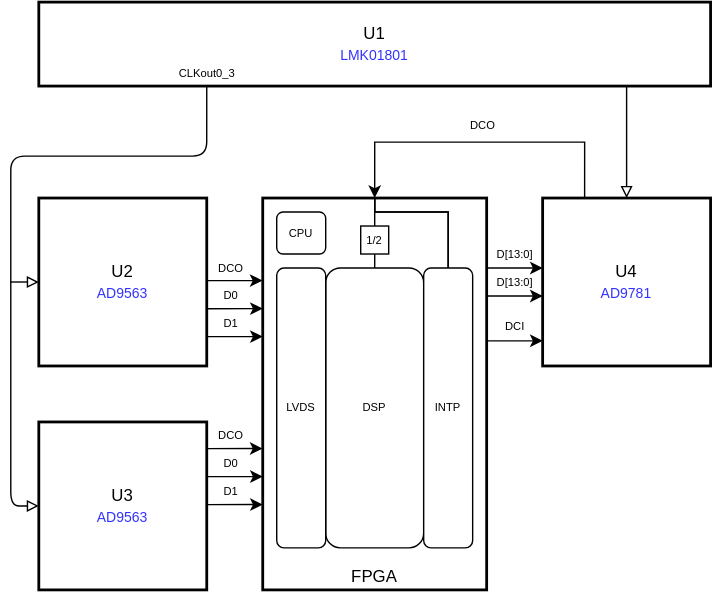
The draw.io diagram doc/fig/zest_clk.drawio.svg in BerkeleyLab/uspas_llrf, before a commit. Source tidied: cells renumbered, new cells last; positions are measured from the earlier drawing's top-left corner, leaving out a move shared by most shapes.
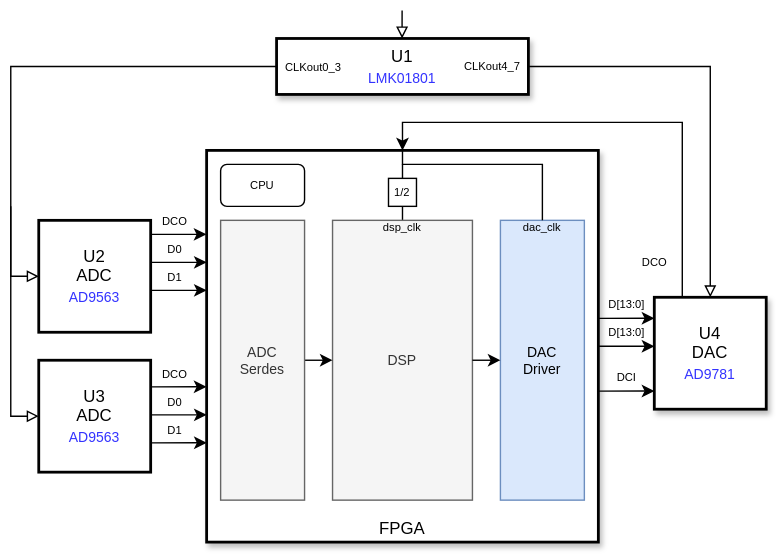
Above is the later version.

What changed in the source:
```diff
@@ -1,81 +1,107 @@
-<mxGraphModel>
+<mxGraphModel background="#FFFFFF">
   <root>
     <mxCell id="0" />
     <mxCell id="1" parent="0" />
-    <mxCell id="2" value="U2&lt;br&gt;&lt;font style=&quot;font-size: 10px;&quot; color=&quot;#3333ff&quot;&gt;AD9563&lt;/font&gt;" style="whiteSpace=wrap;html=1;strokeWidth=2;" parent="1" vertex="1">
-      <mxGeometry x="20" y="140" width="120" height="120" as="geometry" />
+    <mxCell id="2" value="U2&lt;br&gt;ADC&lt;br&gt;&lt;font style=&quot;font-size: 10px;&quot; color=&quot;#3333ff&quot;&gt;AD9563&lt;/font&gt;" style="whiteSpace=wrap;html=1;strokeWidth=2;" parent="1" vertex="1">
+      <mxGeometry x="20" y="190" width="80" height="80" as="geometry" />
     </mxCell>
-    <mxCell id="3" value="U3&lt;br&gt;&lt;font color=&quot;#3333ff&quot; style=&quot;font-size: 10px;&quot;&gt;AD9563&lt;/font&gt;" style="whiteSpace=wrap;html=1;strokeWidth=2;" parent="1" vertex="1">
-      <mxGeometry x="20" y="300" width="120" height="120" as="geometry" />
+    <mxCell id="3" value="U3&lt;br&gt;ADC&lt;br&gt;&lt;font color=&quot;#3333ff&quot; style=&quot;font-size: 10px;&quot;&gt;AD9563&lt;/font&gt;" style="whiteSpace=wrap;html=1;strokeWidth=2;" parent="1" vertex="1">
+      <mxGeometry x="20" y="290" width="80" height="80" as="geometry" />
     </mxCell>
-    <mxCell id="4" value="U4&lt;br&gt;&lt;font color=&quot;#3333ff&quot; style=&quot;font-size: 10px;&quot;&gt;AD9781&lt;/font&gt;" style="whiteSpace=wrap;html=1;strokeWidth=2;" parent="1" vertex="1">
-      <mxGeometry x="380" y="140" width="120" height="120" as="geometry" />
+    <mxCell id="4" value="U4&lt;br&gt;DAC&lt;br&gt;&lt;font color=&quot;#3333ff&quot; style=&quot;font-size: 10px;&quot;&gt;AD9781&lt;/font&gt;" style="whiteSpace=wrap;html=1;strokeWidth=2;shadow=1;" parent="1" vertex="1">
+      <mxGeometry x="460" y="245" width="80" height="80" as="geometry" />
     </mxCell>
-    <mxCell id="5" value="FPGA" style="rounded=0;whiteSpace=wrap;html=1;verticalAlign=bottom;strokeWidth=2;" parent="1" vertex="1">
-      <mxGeometry x="180" y="140" width="160" height="280" as="geometry" />
+    <mxCell id="5" value="FPGA" style="rounded=0;whiteSpace=wrap;html=1;verticalAlign=bottom;strokeWidth=2;shadow=1;" parent="1" vertex="1">
+      <mxGeometry x="140" y="140" width="280" height="280" as="geometry" />
     </mxCell>
-    <mxCell id="6" value="U1&lt;br&gt;&lt;font style=&quot;font-size: 10px;&quot; color=&quot;#3333ff&quot;&gt;LMK01801&lt;/font&gt;" style="rounded=0;whiteSpace=wrap;html=1;strokeWidth=2;" parent="1" vertex="1">
-      <mxGeometry x="20" width="480" height="60" as="geometry" />
+    <mxCell id="6" value="U1&lt;br&gt;&lt;font style=&quot;font-size: 10px;&quot; color=&quot;#3333ff&quot;&gt;LMK01801&lt;/font&gt;" style="rounded=0;whiteSpace=wrap;html=1;strokeWidth=2;shadow=1;" parent="1" vertex="1">
+      <mxGeometry x="190" y="60" width="180" height="40" as="geometry" />
     </mxCell>
-    <mxCell id="7" style="endArrow=block;html=1;entryX=0;entryY=0.5;entryDx=0;entryDy=0;edgeStyle=orthogonalEdgeStyle;endFill=0;" parent="1" edge="1" target="2">
+    <mxCell id="7" style="endArrow=block;html=1;entryX=0;entryY=0.5;entryDx=0;entryDy=0;edgeStyle=orthogonalEdgeStyle;endFill=0;rounded=0;curved=0;" parent="1" edge="1" target="2">
       <mxGeometry relative="1" as="geometry">
-        <mxPoint y="200" as="sourcePoint" />
+        <mxPoint y="180" as="sourcePoint" />
         <Array as="points">
-          <mxPoint y="200" />
-          <mxPoint y="200" />
+          <mxPoint y="230" />
         </Array>
       </mxGeometry>
     </mxCell>
-    <mxCell id="8" style="endArrow=block;html=1;exitX=0.25;exitY=1;exitDx=0;exitDy=0;entryX=0;entryY=0.5;entryDx=0;entryDy=0;edgeStyle=orthogonalEdgeStyle;endFill=0;" parent="1" edge="1" source="6" target="3">
+    <mxCell id="8" style="endArrow=block;html=1;exitX=0;exitY=0.5;exitDx=0;exitDy=0;entryX=0;entryY=0.5;entryDx=0;entryDy=0;edgeStyle=orthogonalEdgeStyle;endFill=0;rounded=0;curved=0;" parent="1" edge="1" source="6" target="3">
       <mxGeometry relative="1" as="geometry">
         <Array as="points">
-          <mxPoint x="140" y="110" />
-          <mxPoint y="110" />
-          <mxPoint y="360" />
+          <mxPoint y="80" />
+          <mxPoint y="330" />
         </Array>
       </mxGeometry>
     </mxCell>
     <mxCell id="9" value="&lt;font style=&quot;font-size: 8px;&quot;&gt;CLKout0_3&lt;/font&gt;" style="edgeLabel;html=1;align=center;verticalAlign=middle;" parent="8" vertex="1">
       <mxGeometry x="-0.93" relative="1" as="geometry">
-        <mxPoint y="-25" as="offset" />
+        <mxPoint x="41" as="offset" />
       </mxGeometry>
     </mxCell>
-    <mxCell id="10" style="endArrow=block;html=1;edgeStyle=orthogonalEdgeStyle;endFill=0;exitX=0.875;exitY=0.989;exitDx=0;exitDy=0;exitPerimeter=0;" parent="1" edge="1" source="6" target="4">
+    <mxCell id="10" style="endArrow=block;html=1;edgeStyle=orthogonalEdgeStyle;endFill=0;rounded=0;curved=0;" parent="1" edge="1" source="6" target="4">
       <mxGeometry x="-1" y="22" relative="1" as="geometry">
         <mxPoint x="-2" y="-10" as="offset" />
       </mxGeometry>
     </mxCell>
-    <mxCell id="11" style="edgeStyle=orthogonalEdgeStyle;html=1;fontSize=8;endArrow=none;endFill=0;entryX=0.5;entryY=0;entryDx=0;entryDy=0;exitX=0.5;exitY=0;exitDx=0;exitDy=0;" parent="1" edge="1" source="5" target="14">
-      <mxGeometry relative="1" as="geometry" />
-    </mxCell>
+    <mxCell id="40" value="CLKout4_7" style="edgeLabel;html=1;align=center;verticalAlign=middle;fontSize=8;" parent="10" vertex="1">
+      <mxGeometry x="-0.7" relative="1" as="geometry">
+        <mxPoint x="-70" as="offset" />
+      </mxGeometry>
+    </mxCell>
-    <mxCell id="12" style="edgeStyle=orthogonalEdgeStyle;html=1;fontSize=8;endArrow=none;endFill=0;entryX=0.5;entryY=0;entryDx=0;entryDy=0;" parent="1" edge="1" source="14" target="15">
+    <mxCell id="12" style="edgeStyle=orthogonalEdgeStyle;html=1;fontSize=8;endArrow=none;endFill=0;entryX=0.5;entryY=0;entryDx=0;entryDy=0;rounded=0;curved=0;" parent="1" edge="1" source="14" target="15">
       <mxGeometry relative="1" as="geometry" />
     </mxCell>
-    <mxCell id="13" style="edgeStyle=orthogonalEdgeStyle;rounded=0;html=1;fontSize=10;fontColor=#3333FF;endArrow=none;endFill=0;entryX=0.5;entryY=0;entryDx=0;entryDy=0;" parent="1" edge="1" target="17">
-      <mxGeometry relative="1" as="geometry">
-        <mxPoint x="260" y="140" as="sourcePoint" />
-        <Array as="points">
-          <mxPoint x="260" y="150" />
-          <mxPoint x="312" y="150" />
-        </Array>
-      </mxGeometry>
-    </mxCell>
+    <mxCell id="41" style="edgeStyle=none;html=1;exitX=0.5;exitY=0;exitDx=0;exitDy=0;endArrow=none;endFill=0;" parent="1" edge="1" source="14">
+      <mxGeometry relative="1" as="geometry">
+        <mxPoint x="280" y="150" as="targetPoint" />
+      </mxGeometry>
+    </mxCell>
     <mxCell id="14" value="1/2" style="whiteSpace=wrap;html=1;fontSize=8;" parent="1" vertex="1">
-      <mxGeometry x="250" y="160" width="20" height="20" as="geometry" />
+      <mxGeometry x="270" y="160" width="20" height="20" as="geometry" />
     </mxCell>
-    <mxCell id="15" value="DSP" style="rounded=1;whiteSpace=wrap;html=1;fontSize=8;" parent="1" vertex="1">
-      <mxGeometry x="225" y="190" width="70" height="200" as="geometry" />
+    <mxCell id="15" value="DSP" style="rounded=0;whiteSpace=wrap;html=1;fontSize=10;arcSize=6;fillColor=#f5f5f5;fontColor=#333333;strokeColor=#666666;" parent="1" vertex="1">
+      <mxGeometry x="230" y="190" width="100" height="200" as="geometry" />
     </mxCell>
+    <mxCell id="42" style="edgeStyle=none;html=1;" parent="1" edge="1" source="16" target="15">
+      <mxGeometry relative="1" as="geometry" />
+    </mxCell>
-    <mxCell id="16" value="LVDS" style="rounded=1;whiteSpace=wrap;html=1;fontSize=8;" parent="1" vertex="1">
-      <mxGeometry x="190" y="190" width="35" height="200" as="geometry" />
+    <mxCell id="16" value="ADC&lt;br&gt;Serdes" style="rounded=0;whiteSpace=wrap;html=1;fontSize=10;fillColor=#f5f5f5;fontColor=#333333;strokeColor=#666666;" parent="1" vertex="1">
+      <mxGeometry x="150" y="190" width="60" height="200" as="geometry" />
     </mxCell>
-    <mxCell id="17" value="INTP" style="rounded=1;whiteSpace=wrap;html=1;fontSize=8;" parent="1" vertex="1">
-      <mxGeometry x="295" y="190" width="35" height="200" as="geometry" />
+    <mxCell id="17" value="DAC&lt;div&gt;Driver&lt;/div&gt;" style="rounded=0;whiteSpace=wrap;html=1;fontSize=10;arcSize=11;fillColor=#dae8fc;strokeColor=#6c8ebf;shadow=0;" parent="1" vertex="1">
+      <mxGeometry x="350" y="190" width="60" height="200" as="geometry" />
     </mxCell>
+    <mxCell id="30" style="endArrow=classic;html=1;rounded=0;fontSize=8;exitX=0.25;exitY=0;exitDx=0;exitDy=0;entryX=0.5;entryY=0;entryDx=0;entryDy=0;edgeStyle=orthogonalEdgeStyle;" parent="1" edge="1" source="4" target="5">
+      <mxGeometry relative="1" as="geometry">
+        <Array as="points">
+          <mxPoint x="480" y="120" />
+          <mxPoint x="280" y="120" />
+        </Array>
+      </mxGeometry>
+    </mxCell>
+    <mxCell id="31" value="DCO" style="edgeLabel;html=1;align=center;verticalAlign=middle;fontSize=8;" parent="30" vertex="1">
+      <mxGeometry x="-0.01" y="-1" relative="1" as="geometry">
+        <mxPoint x="25" y="101" as="offset" />
+      </mxGeometry>
+    </mxCell>
+    <mxCell id="36" style="edgeStyle=orthogonalEdgeStyle;rounded=0;html=1;fontSize=10;fontColor=#3333FF;endArrow=none;endFill=0;entryX=0.5;entryY=0;entryDx=0;entryDy=0;exitX=0.5;exitY=0;exitDx=0;exitDy=0;" parent="1" edge="1" source="5" target="17">
+      <mxGeometry relative="1" as="geometry">
+        <Array as="points">
+          <mxPoint x="280" y="150" />
+          <mxPoint x="380" y="150" />
+        </Array>
+      </mxGeometry>
+    </mxCell>
+    <mxCell id="37" value="CPU" style="rounded=1;whiteSpace=wrap;html=1;fontSize=8;" parent="1" vertex="1">
+      <mxGeometry x="150" y="150" width="60" height="30" as="geometry" />
+    </mxCell>
+    <mxCell id="43" style="group;" parent="1" vertex="1">
+      <mxGeometry x="100" y="200" width="40" height="40.1" as="geometry" />
+    </mxCell>
-    <mxCell id="18" style="endArrow=classic;html=1;rounded=0;fontSize=8;exitX=1;exitY=0.25;exitDx=0;exitDy=0;entryX=-0.001;entryY=0.107;entryDx=0;entryDy=0;entryPerimeter=0;" parent="1" edge="1">
+    <mxCell id="18" style="endArrow=classic;html=1;rounded=0;fontSize=8;exitX=1;exitY=0.25;exitDx=0;exitDy=0;entryX=-0.001;entryY=0.107;entryDx=0;entryDy=0;entryPerimeter=0;" parent="43" edge="1">
       <mxGeometry relative="1" as="geometry">
-        <mxPoint x="140" y="199" as="sourcePoint" />
-        <mxPoint x="179.8" y="199" as="targetPoint" />
+        <mxPoint as="sourcePoint" />
+        <mxPoint x="39.8" as="targetPoint" />
       </mxGeometry>
     </mxCell>
     <mxCell id="19" value="DCO" style="edgeLabel;html=1;align=center;verticalAlign=middle;fontSize=8;" parent="18" vertex="1">
@@ -83,10 +109,10 @@
         <mxPoint x="-3" y="-10" as="offset" />
       </mxGeometry>
     </mxCell>
-    <mxCell id="20" style="endArrow=classic;html=1;rounded=0;fontSize=8;exitX=1;exitY=0.25;exitDx=0;exitDy=0;entryX=-0.001;entryY=0.107;entryDx=0;entryDy=0;entryPerimeter=0;" parent="1" edge="1">
+    <mxCell id="20" style="endArrow=classic;html=1;rounded=0;fontSize=8;exitX=1;exitY=0.25;exitDx=0;exitDy=0;entryX=-0.001;entryY=0.107;entryDx=0;entryDy=0;entryPerimeter=0;" parent="43" edge="1">
       <mxGeometry relative="1" as="geometry">
-        <mxPoint x="140.2" y="219.1" as="sourcePoint" />
-        <mxPoint x="180" y="219" as="targetPoint" />
+        <mxPoint x="0.2" y="20.1" as="sourcePoint" />
+        <mxPoint x="40" y="20" as="targetPoint" />
       </mxGeometry>
     </mxCell>
     <mxCell id="21" value="D0" style="edgeLabel;html=1;align=center;verticalAlign=middle;fontSize=8;" parent="20" vertex="1">
@@ -94,10 +120,10 @@
         <mxPoint x="-3" y="-10" as="offset" />
       </mxGeometry>
     </mxCell>
-    <mxCell id="22" style="endArrow=classic;html=1;rounded=0;fontSize=8;exitX=1;exitY=0.25;exitDx=0;exitDy=0;entryX=-0.001;entryY=0.107;entryDx=0;entryDy=0;entryPerimeter=0;" parent="1" edge="1">
+    <mxCell id="22" style="endArrow=classic;html=1;rounded=0;fontSize=8;exitX=1;exitY=0.25;exitDx=0;exitDy=0;entryX=-0.001;entryY=0.107;entryDx=0;entryDy=0;entryPerimeter=0;" parent="43" edge="1">
       <mxGeometry relative="1" as="geometry">
-        <mxPoint x="140.2" y="239.1" as="sourcePoint" />
-        <mxPoint x="180" y="239" as="targetPoint" />
+        <mxPoint x="0.2" y="40.1" as="sourcePoint" />
+        <mxPoint x="40" y="40" as="targetPoint" />
       </mxGeometry>
     </mxCell>
     <mxCell id="23" value="D1" style="edgeLabel;html=1;align=center;verticalAlign=middle;fontSize=8;" parent="22" vertex="1">
@@ -105,10 +131,13 @@
         <mxPoint x="-3" y="-10" as="offset" />
       </mxGeometry>
     </mxCell>
+    <mxCell id="44" style="group;" parent="1" vertex="1">
+      <mxGeometry x="100" y="309" width="40" height="40.1" as="geometry" />
+    </mxCell>
-    <mxCell id="24" style="endArrow=classic;html=1;rounded=0;fontSize=8;exitX=1;exitY=0.25;exitDx=0;exitDy=0;entryX=-0.001;entryY=0.107;entryDx=0;entryDy=0;entryPerimeter=0;" parent="1" edge="1">
+    <mxCell id="24" style="endArrow=classic;html=1;rounded=0;fontSize=8;exitX=1;exitY=0.25;exitDx=0;exitDy=0;entryX=-0.001;entryY=0.107;entryDx=0;entryDy=0;entryPerimeter=0;" parent="44" edge="1">
       <mxGeometry relative="1" as="geometry">
-        <mxPoint x="140" y="319" as="sourcePoint" />
-        <mxPoint x="179.8" y="319" as="targetPoint" />
+        <mxPoint as="sourcePoint" />
+        <mxPoint x="39.8" as="targetPoint" />
       </mxGeometry>
     </mxCell>
     <mxCell id="25" value="DCO" style="edgeLabel;html=1;align=center;verticalAlign=middle;fontSize=8;" parent="24" vertex="1">
@@ -116,10 +145,10 @@
         <mxPoint x="-3" y="-10" as="offset" />
       </mxGeometry>
     </mxCell>
-    <mxCell id="26" style="endArrow=classic;html=1;rounded=0;fontSize=8;exitX=1;exitY=0.25;exitDx=0;exitDy=0;entryX=-0.001;entryY=0.107;entryDx=0;entryDy=0;entryPerimeter=0;" parent="1" edge="1">
+    <mxCell id="26" style="endArrow=classic;html=1;rounded=0;fontSize=8;exitX=1;exitY=0.25;exitDx=0;exitDy=0;entryX=-0.001;entryY=0.107;entryDx=0;entryDy=0;entryPerimeter=0;" parent="44" edge="1">
       <mxGeometry relative="1" as="geometry">
-        <mxPoint x="140.2" y="339.1" as="sourcePoint" />
-        <mxPoint x="180" y="339" as="targetPoint" />
+        <mxPoint x="0.2" y="20.1" as="sourcePoint" />
+        <mxPoint x="40" y="20" as="targetPoint" />
       </mxGeometry>
     </mxCell>
     <mxCell id="27" value="D0" style="edgeLabel;html=1;align=center;verticalAlign=middle;fontSize=8;" parent="26" vertex="1">
@@ -127,10 +156,10 @@
         <mxPoint x="-3" y="-10" as="offset" />
       </mxGeometry>
     </mxCell>
-    <mxCell id="28" style="endArrow=classic;html=1;rounded=0;fontSize=8;exitX=1;exitY=0.25;exitDx=0;exitDy=0;entryX=-0.001;entryY=0.107;entryDx=0;entryDy=0;entryPerimeter=0;" parent="1" edge="1">
+    <mxCell id="28" style="endArrow=classic;html=1;rounded=0;fontSize=8;exitX=1;exitY=0.25;exitDx=0;exitDy=0;entryX=-0.001;entryY=0.107;entryDx=0;entryDy=0;entryPerimeter=0;" parent="44" edge="1">
       <mxGeometry relative="1" as="geometry">
-        <mxPoint x="140.2" y="359.1" as="sourcePoint" />
-        <mxPoint x="180" y="359" as="targetPoint" />
+        <mxPoint x="0.2" y="40.1" as="sourcePoint" />
+        <mxPoint x="40" y="40" as="targetPoint" />
       </mxGeometry>
     </mxCell>
     <mxCell id="29" value="D1" style="edgeLabel;html=1;align=center;verticalAlign=middle;fontSize=8;" parent="28" vertex="1">
@@ -138,23 +167,13 @@
         <mxPoint x="-3" y="-10" as="offset" />
       </mxGeometry>
     </mxCell>
-    <mxCell id="30" style="endArrow=classic;html=1;rounded=0;fontSize=8;exitX=0.25;exitY=0;exitDx=0;exitDy=0;entryX=0.5;entryY=0;entryDx=0;entryDy=0;edgeStyle=orthogonalEdgeStyle;" parent="1" edge="1" source="4" target="5">
-      <mxGeometry relative="1" as="geometry">
-        <Array as="points">
-          <mxPoint x="410" y="100" />
-          <mxPoint x="260" y="100" />
-        </Array>
-      </mxGeometry>
-    </mxCell>
-    <mxCell id="31" value="DCO" style="edgeLabel;html=1;align=center;verticalAlign=middle;fontSize=8;" parent="30" vertex="1">
-      <mxGeometry x="-0.01" y="-1" relative="1" as="geometry">
-        <mxPoint y="-11" as="offset" />
-      </mxGeometry>
-    </mxCell>
+    <mxCell id="45" style="group;" parent="1" vertex="1">
+      <mxGeometry x="420.2" y="260" width="39.8" height="52.1" as="geometry" />
+    </mxCell>
-    <mxCell id="32" style="endArrow=classic;html=1;rounded=0;fontSize=8;exitX=1;exitY=0.25;exitDx=0;exitDy=0;entryX=-0.001;entryY=0.107;entryDx=0;entryDy=0;entryPerimeter=0;" parent="1" edge="1">
+    <mxCell id="32" style="endArrow=classic;html=1;rounded=0;fontSize=8;exitX=1;exitY=0.25;exitDx=0;exitDy=0;entryX=-0.001;entryY=0.107;entryDx=0;entryDy=0;entryPerimeter=0;" parent="45" edge="1">
       <mxGeometry relative="1" as="geometry">
-        <mxPoint x="340.2" y="210" as="sourcePoint" />
-        <mxPoint x="380" y="210" as="targetPoint" />
+        <mxPoint y="20" as="sourcePoint" />
+        <mxPoint x="39.8" y="20" as="targetPoint" />
       </mxGeometry>
     </mxCell>
     <mxCell id="33" value="D[13:0]" style="edgeLabel;html=1;align=center;verticalAlign=middle;fontSize=8;" parent="32" vertex="1">
@@ -162,10 +181,10 @@
         <mxPoint y="-11" as="offset" />
       </mxGeometry>
     </mxCell>
-    <mxCell id="34" style="endArrow=classic;html=1;rounded=0;fontSize=8;exitX=1;exitY=0.25;exitDx=0;exitDy=0;entryX=-0.001;entryY=0.107;entryDx=0;entryDy=0;entryPerimeter=0;" parent="1" edge="1">
+    <mxCell id="34" style="endArrow=classic;html=1;rounded=0;fontSize=8;exitX=1;exitY=0.25;exitDx=0;exitDy=0;entryX=-0.001;entryY=0.107;entryDx=0;entryDy=0;entryPerimeter=0;" parent="45" edge="1">
       <mxGeometry relative="1" as="geometry">
-        <mxPoint x="340.2" y="242.1" as="sourcePoint" />
-        <mxPoint x="380" y="242" as="targetPoint" />
+        <mxPoint y="52.1" as="sourcePoint" />
+        <mxPoint x="39.8" y="52" as="targetPoint" />
       </mxGeometry>
     </mxCell>
     <mxCell id="35" value="DCI" style="edgeLabel;html=1;align=center;verticalAlign=middle;fontSize=8;" parent="34" vertex="1">
@@ -173,22 +192,10 @@
         <mxPoint y="-11" as="offset" />
       </mxGeometry>
     </mxCell>
-    <mxCell id="36" style="edgeStyle=orthogonalEdgeStyle;rounded=0;html=1;fontSize=10;fontColor=#3333FF;endArrow=none;endFill=0;entryX=0.5;entryY=0;entryDx=0;entryDy=0;" parent="1" edge="1" target="17">
-      <mxGeometry relative="1" as="geometry">
-        <mxPoint x="260" y="140" as="sourcePoint" />
-        <Array as="points">
-          <mxPoint x="260" y="150" />
-          <mxPoint x="312" y="150" />
-        </Array>
-      </mxGeometry>
-    </mxCell>
-    <mxCell id="37" value="CPU" style="rounded=1;whiteSpace=wrap;html=1;fontSize=8;" parent="1" vertex="1">
-      <mxGeometry x="190" y="150" width="35" height="30" as="geometry" />
-    </mxCell>
-    <mxCell id="38" style="endArrow=classic;html=1;rounded=0;fontSize=8;exitX=1;exitY=0.25;exitDx=0;exitDy=0;entryX=-0.001;entryY=0.107;entryDx=0;entryDy=0;entryPerimeter=0;" parent="1" edge="1">
+    <mxCell id="38" style="endArrow=classic;html=1;rounded=0;fontSize=8;exitX=1;exitY=0.25;exitDx=0;exitDy=0;entryX=-0.001;entryY=0.107;entryDx=0;entryDy=0;entryPerimeter=0;" parent="45" edge="1">
       <mxGeometry relative="1" as="geometry">
-        <mxPoint x="340.2" y="190" as="sourcePoint" />
-        <mxPoint x="380" y="190" as="targetPoint" />
+        <mxPoint as="sourcePoint" />
+        <mxPoint x="39.8" as="targetPoint" />
       </mxGeometry>
     </mxCell>
     <mxCell id="39" value="D[13:0]" style="edgeLabel;html=1;align=center;verticalAlign=middle;fontSize=8;" parent="38" vertex="1">
@@ -196,5 +203,24 @@
         <mxPoint y="-11" as="offset" />
       </mxGeometry>
     </mxCell>
+    <mxCell id="46" style="edgeStyle=none;html=1;entryX=0;entryY=0.5;entryDx=0;entryDy=0;exitX=1;exitY=0.5;exitDx=0;exitDy=0;" parent="1" edge="1" source="15" target="17">
+      <mxGeometry relative="1" as="geometry" />
+    </mxCell>
+    <mxCell id="47" style="endArrow=block;html=1;entryX=0.5;entryY=0;entryDx=0;entryDy=0;edgeStyle=orthogonalEdgeStyle;endFill=0;rounded=0;curved=0;" parent="1" edge="1">
+      <mxGeometry relative="1" as="geometry">
+        <mxPoint x="279.7" y="40" as="sourcePoint" />
+        <mxPoint x="279.7" y="60" as="targetPoint" />
+        <Array as="points">
+          <mxPoint x="280" y="50" />
+          <mxPoint x="280" y="50" />
+        </Array>
+      </mxGeometry>
+    </mxCell>
+    <mxCell id="48" value="dsp_clk" style="text;html=1;align=center;verticalAlign=middle;whiteSpace=wrap;rounded=0;fontSize=8;" parent="1" vertex="1">
+      <mxGeometry x="260" y="190" width="40" height="10" as="geometry" />
+    </mxCell>
+    <mxCell id="49" value="dac_clk" style="text;html=1;align=center;verticalAlign=middle;whiteSpace=wrap;rounded=0;fontSize=8;" parent="1" vertex="1">
+      <mxGeometry x="360" y="190" width="40" height="10" as="geometry" />
+    </mxCell>
   </root>
 </mxGraphModel>
```
